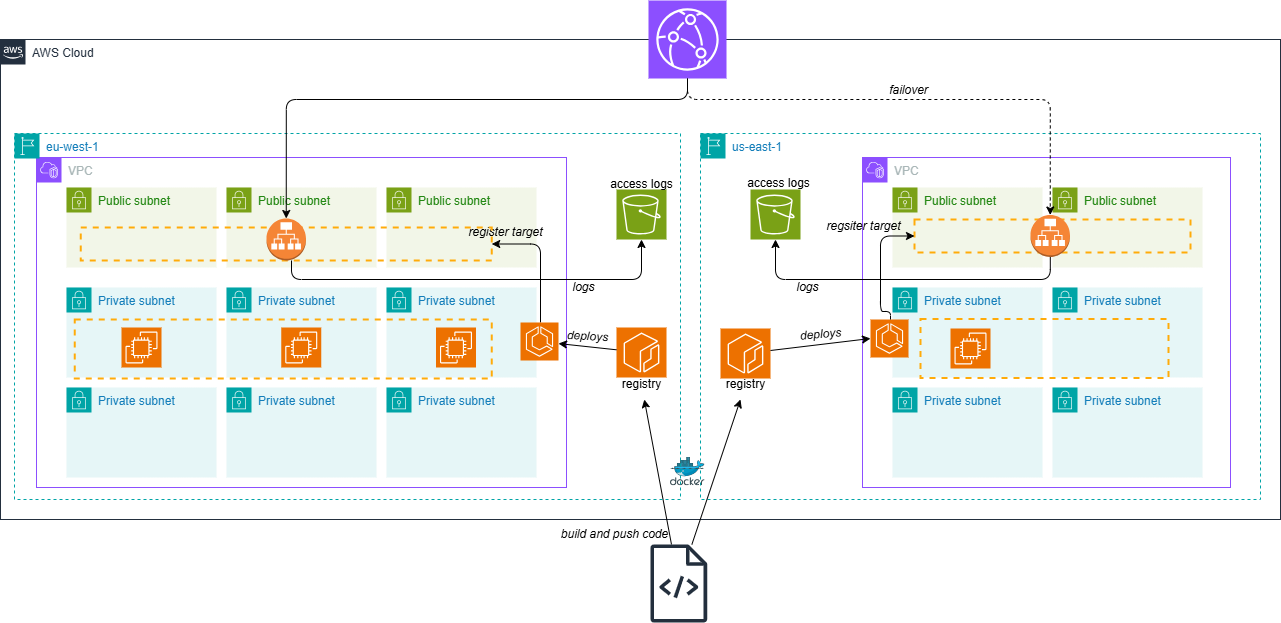
Before: registry/app/webapp-on-ecs-asg/.assets/archi.png, a diagram exported from draw.io (SamuelRoch08/interview-website). Source tidied: cells renumbered, new cells last; positions are measured from the earlier drawing's top-left corner, leaving out a move shared by most shapes.
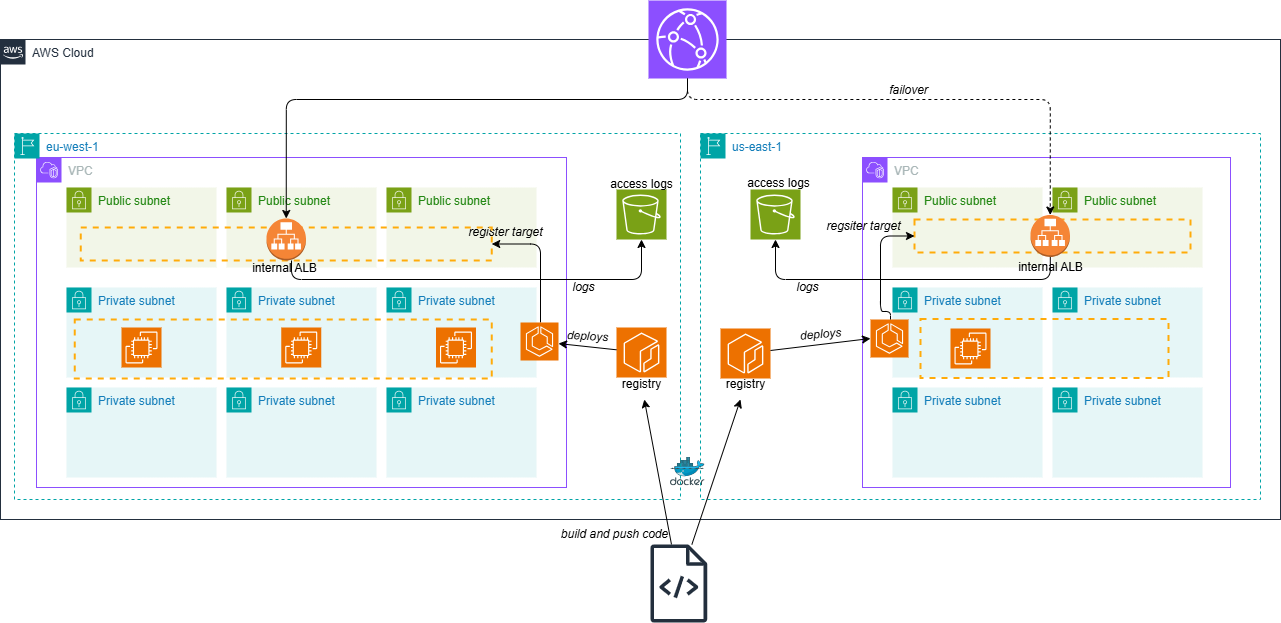
Above is the later version.

Diff of the diagram source:
```diff
@@ -130,6 +130,9 @@
         </Array>
       </mxGeometry>
     </mxCell>
+    <mxCell id="63" value="internal ALB" style="text;html=1;align=center;verticalAlign=middle;strokeColor=none;fillColor=none;" parent="28" vertex="1">
+      <mxGeometry x="304.8" y="119" width="90" height="30" as="geometry" />
+    </mxCell>
     <mxCell id="41" value="&lt;i&gt;deploys&lt;/i&gt;" style="text;html=1;align=center;verticalAlign=middle;strokeColor=none;fillColor=none;rotation=3.1;" parent="1" vertex="1">
       <mxGeometry x="557" y="321" width="60" height="30" as="geometry" />
     </mxCell>
@@ -216,5 +219,8 @@
     <mxCell id="62" value="&lt;i&gt;failover&lt;/i&gt;" style="text;html=1;align=center;verticalAlign=middle;strokeColor=none;fillColor=none;" parent="1" vertex="1">
       <mxGeometry x="878" y="75" width="60" height="30" as="geometry" />
     </mxCell>
+    <mxCell id="64" value="internal ALB" style="text;html=1;align=center;verticalAlign=middle;strokeColor=none;fillColor=none;" parent="1" vertex="1">
+      <mxGeometry x="239" y="253" width="90" height="30" as="geometry" />
+    </mxCell>
   </root>
 </mxGraphModel>
```
